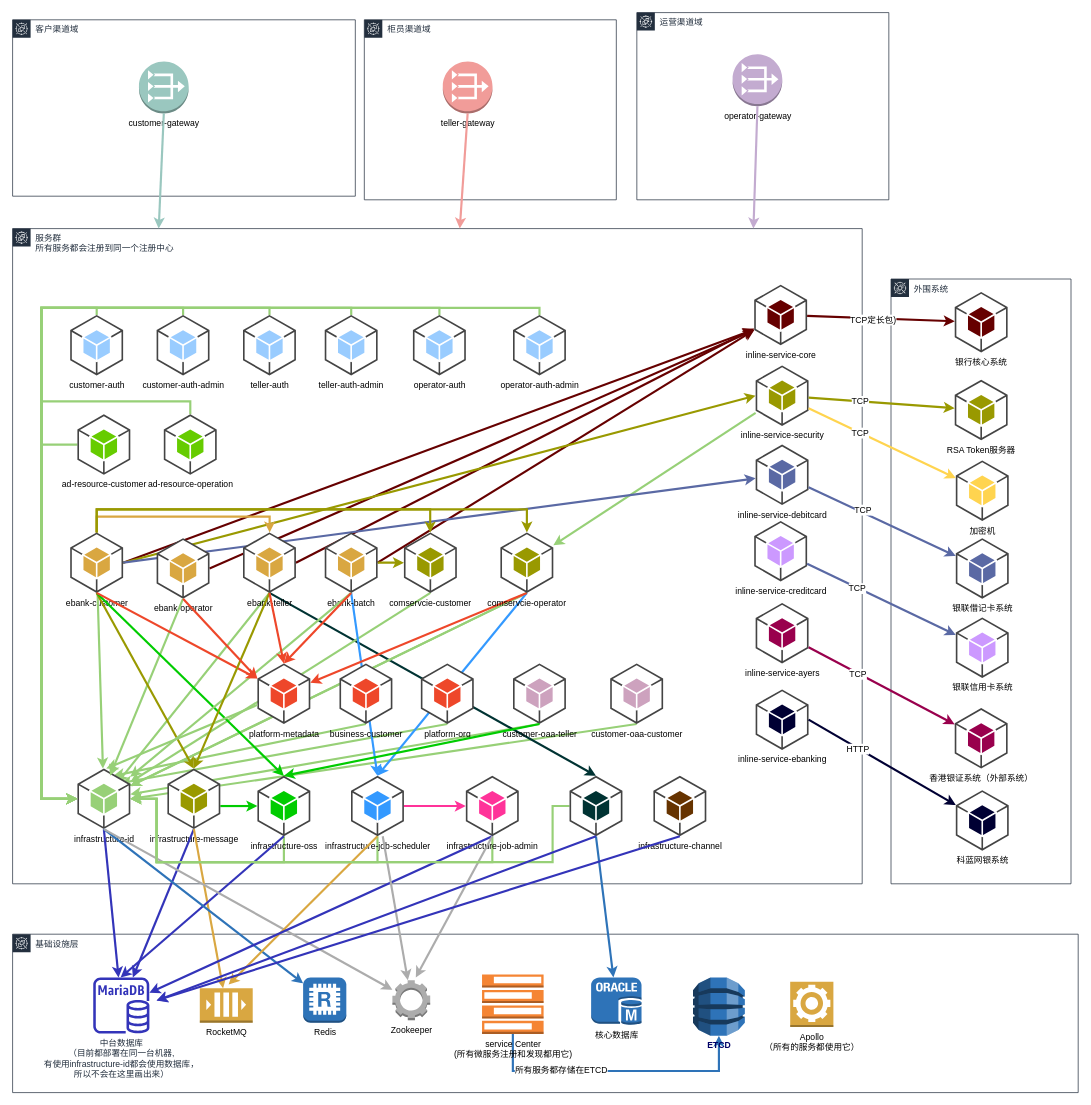
The draw.io diagram 服务拓扑图.drawio in sam1982/draw, before the edit. Source tidied: cells renumbered, new cells numbered last; positions are measured from the earlier drawing's top-left corner, leaving out a move shared by most shapes. Both pictures are drawn from the tidied source at 72%, with x=0, y=0 at pixel (12, 12).
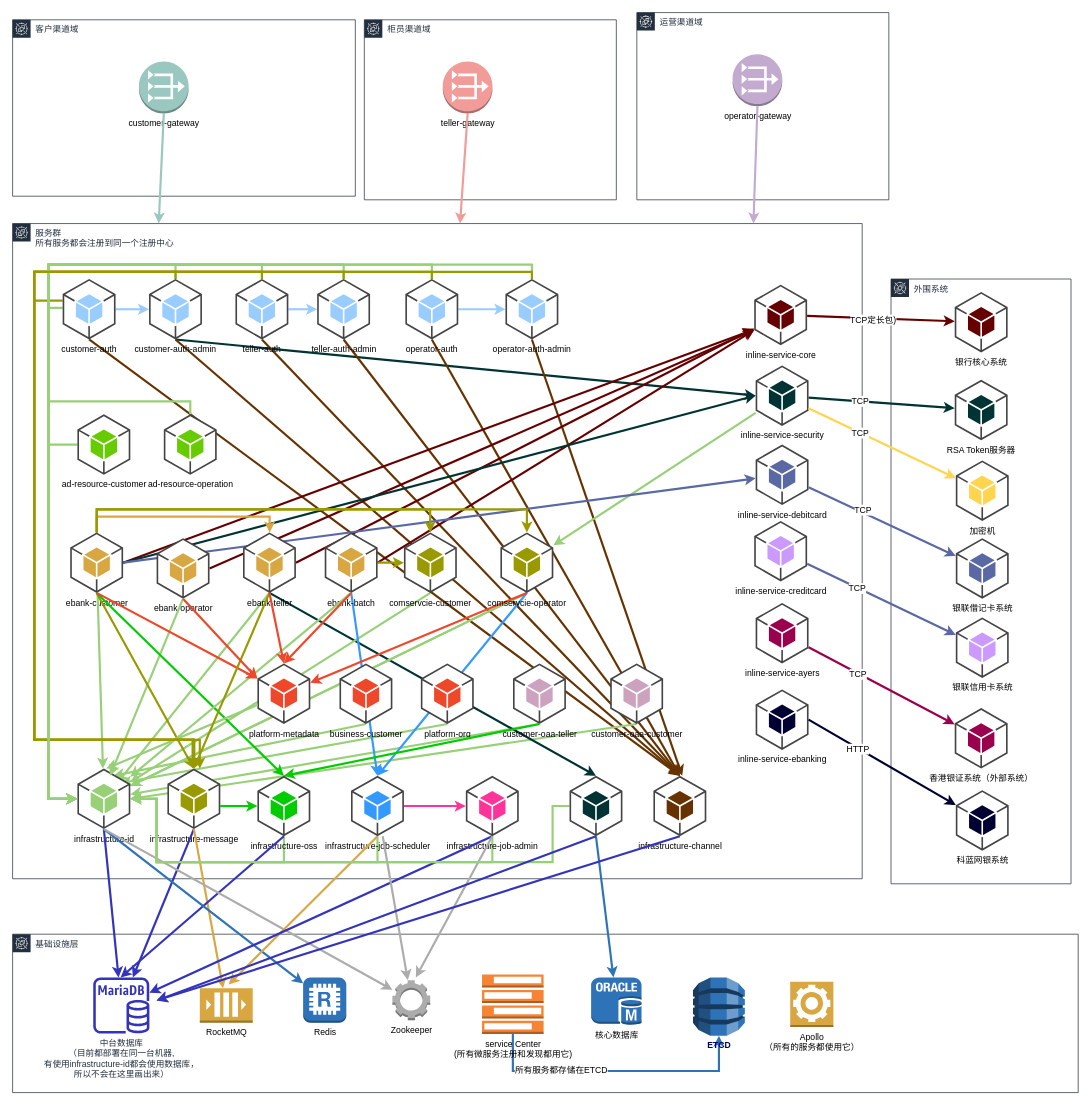
The same page after the edit.

Commit message (it also covers changes not shown here):
更新服务拓扑图.drawio

Unchanged cells that the change refers to:
```xml
<mxCell id="26" value="infrastructure-id" style="outlineConnect=0;dashed=0;verticalLabelPosition=bottom;verticalAlign=top;align=center;html=1;shape=mxgraph.aws3.android;fillColor=#97D077;gradientColor=none;strokeColor=#CCE5FF;" parent="1" vertex="1">
  <mxGeometry x="90" y="1050" width="73.5" height="84" as="geometry" />
</mxCell>
<mxCell id="28" value="infrastructure-message" style="outlineConnect=0;dashed=0;verticalLabelPosition=bottom;verticalAlign=top;align=center;html=1;shape=mxgraph.aws3.android;fillColor=#999900;gradientColor=none;strokeColor=#CCE5FF;" parent="1" vertex="1">
  <mxGeometry x="215" y="1050" width="73.5" height="84" as="geometry" />
</mxCell>
<mxCell id="57" value="ebank-customer" style="outlineConnect=0;dashed=0;verticalLabelPosition=bottom;verticalAlign=top;align=center;html=1;shape=mxgraph.aws3.android;fillColor=#D9A741;strokeColor=#d79b00;" parent="1" vertex="1">
  <mxGeometry x="80" y="722" width="73.5" height="84" as="geometry" />
</mxCell>
<mxCell id="81" value="infrastructure-channel" style="outlineConnect=0;dashed=0;verticalLabelPosition=bottom;verticalAlign=top;align=center;html=1;shape=mxgraph.aws3.android;fillColor=#663300;gradientColor=none;strokeColor=#CCE5FF;" parent="1" vertex="1">
  <mxGeometry x="890" y="1060" width="73.5" height="84" as="geometry" />
</mxCell>
<mxCell id="128" value="ad-resource-operation" style="outlineConnect=0;dashed=0;verticalLabelPosition=bottom;verticalAlign=top;align=center;html=1;shape=mxgraph.aws3.android;fillColor=#66CC00;strokeColor=#d79b00;" parent="1" vertex="1">
  <mxGeometry x="210" y="558" width="73.5" height="84" as="geometry" />
</mxCell>
<mxCell id="131" value="ad-resource-customer" style="outlineConnect=0;dashed=0;verticalLabelPosition=bottom;verticalAlign=top;align=center;html=1;shape=mxgraph.aws3.android;fillColor=#66CC00;strokeColor=#d79b00;" parent="1" vertex="1">
  <mxGeometry x="90" y="558" width="73.5" height="84" as="geometry" />
</mxCell>
```

Diff of the diagram source:
```diff
@@
     <mxCell id="2" value="&lt;div&gt;服务群&lt;/div&gt;&lt;div&gt;所有服务都会注册到同一个注册中心&lt;br&gt;&lt;/div&gt;" style="outlineConnect=0;gradientColor=none;html=1;whiteSpace=wrap;fontSize=12;fontStyle=0;shape=mxgraph.aws4.group;grIcon=mxgraph.aws4.group_spot_fleet;strokeColor=#232F3E;fillColor=none;verticalAlign=top;align=left;spacingLeft=30;fontColor=#232F3E;dashed=0;" parent="1" vertex="1">
-      <mxGeometry y="300" width="1180" height="910" as="geometry" />
+      <mxGeometry y="293" width="1180" height="910" as="geometry" />
     </mxCell>
+    <mxCell id="139" style="endArrow=classic;html=1;strokeColor=#003333;strokeWidth=3;exitX=0.5;exitY=1;exitDx=0;exitDy=0;exitPerimeter=0;entryX=0;entryY=0.5;entryDx=0;entryDy=0;entryPerimeter=0;" parent="1" edge="1" source="118" target="40">
+      <mxGeometry relative="1" as="geometry" />
+    </mxCell>
+    <mxCell id="140" style="endArrow=classic;html=1;strokeColor=#663300;strokeWidth=3;exitX=0.5;exitY=1;exitDx=0;exitDy=0;exitPerimeter=0;" parent="1" edge="1" source="126">
+      <mxGeometry relative="1" as="geometry">
+        <mxPoint x="930" y="1060" as="targetPoint" />
+      </mxGeometry>
+    </mxCell>
+    <mxCell id="141" style="endArrow=classic;html=1;strokeColor=#663300;strokeWidth=3;entryX=0.5;entryY=0;entryDx=0;entryDy=0;entryPerimeter=0;exitX=0.5;exitY=1;exitDx=0;exitDy=0;exitPerimeter=0;" parent="1" edge="1" source="124" target="81">
+      <mxGeometry relative="1" as="geometry" />
+    </mxCell>
+    <mxCell id="142" style="endArrow=classic;html=1;strokeColor=#663300;strokeWidth=3;entryX=0.5;entryY=0;entryDx=0;entryDy=0;entryPerimeter=0;exitX=0.5;exitY=1;exitDx=0;exitDy=0;exitPerimeter=0;" parent="1" edge="1" source="122" target="81">
+      <mxGeometry relative="1" as="geometry" />
+    </mxCell>
+    <mxCell id="143" style="endArrow=classic;html=1;strokeColor=#663300;strokeWidth=3;entryX=0.5;entryY=0;entryDx=0;entryDy=0;entryPerimeter=0;exitX=0.5;exitY=1;exitDx=0;exitDy=0;exitPerimeter=0;" parent="1" edge="1" source="120" target="81">
+      <mxGeometry relative="1" as="geometry" />
+    </mxCell>
+    <mxCell id="144" style="endArrow=classic;html=1;strokeColor=#663300;strokeWidth=3;exitX=0.5;exitY=1;exitDx=0;exitDy=0;exitPerimeter=0;entryX=0.5;entryY=0;entryDx=0;entryDy=0;entryPerimeter=0;" parent="1" edge="1" source="118" target="81">
+      <mxGeometry relative="1" as="geometry" />
+    </mxCell>
+    <mxCell id="145" style="endArrow=classic;html=1;strokeColor=#663300;strokeWidth=3;exitX=0.5;exitY=1;exitDx=0;exitDy=0;exitPerimeter=0;entryX=0.5;entryY=0;entryDx=0;entryDy=0;entryPerimeter=0;" parent="1" edge="1" source="116" target="81">
+      <mxGeometry relative="1" as="geometry" />
+    </mxCell>
@@
-    <mxCell id="10" style="endArrow=classic;html=1;strokeColor=#999900;strokeWidth=3;exitX=1;exitY=0.5;exitDx=0;exitDy=0;exitPerimeter=0;entryX=0;entryY=0.5;entryDx=0;entryDy=0;entryPerimeter=0;" parent="1" edge="1" source="57" target="40">
+    <mxCell id="10" style="endArrow=classic;html=1;strokeColor=#003333;strokeWidth=3;exitX=1;exitY=0.5;exitDx=0;exitDy=0;exitPerimeter=0;entryX=0;entryY=0.5;entryDx=0;entryDy=0;entryPerimeter=0;" parent="1" edge="1" source="57" target="40">
       <mxGeometry relative="1" as="geometry" />
     </mxCell>
@@
-    <mxCell id="40" value="inline-service-security" style="outlineConnect=0;dashed=0;verticalLabelPosition=bottom;verticalAlign=top;align=center;html=1;shape=mxgraph.aws3.android;fillColor=#999900;gradientColor=none;strokeColor=#CCE5FF;" parent="1" vertex="1">
+    <mxCell id="40" value="inline-service-security" style="outlineConnect=0;dashed=0;verticalLabelPosition=bottom;verticalAlign=top;align=center;html=1;shape=mxgraph.aws3.android;fillColor=#003333;gradientColor=none;strokeColor=#CCE5FF;" parent="1" vertex="1">
       <mxGeometry x="1032" y="490" width="73.5" height="84" as="geometry" />
     </mxCell>
@@
-    <mxCell id="111" value="RSA Token服务器" style="outlineConnect=0;dashed=0;verticalLabelPosition=bottom;verticalAlign=top;align=center;html=1;shape=mxgraph.aws3.android;fillColor=#999900;gradientColor=none;strokeColor=#CCE5FF;" parent="1" vertex="1">
+    <mxCell id="111" value="RSA Token服务器" style="outlineConnect=0;dashed=0;verticalLabelPosition=bottom;verticalAlign=top;align=center;html=1;shape=mxgraph.aws3.android;fillColor=#003333;gradientColor=none;strokeColor=#CCE5FF;" parent="1" vertex="1">
       <mxGeometry x="1308.5" y="510" width="73.5" height="84" as="geometry" />
     </mxCell>
-    <mxCell id="112" style="endArrow=classic;html=1;strokeColor=#999900;strokeWidth=3;fillColor=#3333FF;" parent="1" edge="1" source="40" target="111">
+    <mxCell id="112" style="endArrow=classic;html=1;strokeColor=#003333;strokeWidth=3;fillColor=#3333FF;" parent="1" edge="1" source="40" target="111">
       <mxGeometry relative="1" as="geometry" />
     </mxCell>
@@
     <mxCell id="115" style="edgeStyle=orthogonalEdgeStyle;rounded=0;jettySize=auto;html=1;strokeColor=#97D077;strokeWidth=3;" parent="1" edge="1" source="116" target="26">
       <mxGeometry relative="1" as="geometry">
         <Array as="points">
           <mxPoint x="117" y="410" />
-          <mxPoint x="40" y="410" />
-          <mxPoint x="40" y="1092" />
+          <mxPoint x="50" y="410" />
+          <mxPoint x="50" y="1092" />
         </Array>
       </mxGeometry>
     </mxCell>
+    <mxCell id="146" style="edgeStyle=orthogonalEdgeStyle;rounded=0;jettySize=auto;html=1;strokeColor=#999900;strokeWidth=3;" parent="1" edge="1" source="116">
+      <mxGeometry relative="1" as="geometry">
+        <mxPoint x="260" y="1050" as="targetPoint" />
+        <Array as="points">
+          <mxPoint x="117" y="400" />
+          <mxPoint x="30" y="400" />
+          <mxPoint x="30" y="1010" />
+          <mxPoint x="252" y="1010" />
+        </Array>
+      </mxGeometry>
+    </mxCell>
+    <mxCell id="147" style="edgeStyle=orthogonalEdgeStyle;rounded=0;jettySize=auto;html=1;strokeColor=#99CCFF;strokeWidth=3;" parent="1" edge="1" source="116" target="118">
+      <mxGeometry relative="1" as="geometry" />
+    </mxCell>
     <mxCell id="116" value="customer-auth" style="outlineConnect=0;dashed=0;verticalLabelPosition=bottom;verticalAlign=top;align=center;html=1;shape=mxgraph.aws3.android;fillColor=#99CCFF;gradientColor=none;strokeColor=#CCE5FF;" parent="1" vertex="1">
-      <mxGeometry x="80" y="420" width="73.5" height="84" as="geometry" />
+      <mxGeometry x="69.5" y="370" width="73.5" height="84" as="geometry" />
     </mxCell>
     <mxCell id="117" style="edgeStyle=orthogonalEdgeStyle;rounded=0;jettySize=auto;html=1;strokeColor=#97D077;strokeWidth=3;" parent="1" edge="1" source="118" target="26">
       <mxGeometry relative="1" as="geometry">
         <Array as="points">
-          <mxPoint x="237" y="410" />
-          <mxPoint x="40" y="410" />
-          <mxPoint x="40" y="1092" />
+          <mxPoint x="226" y="350" />
+          <mxPoint x="50" y="350" />
+          <mxPoint x="50" y="1092" />
         </Array>
       </mxGeometry>
     </mxCell>
+    <mxCell id="148" style="edgeStyle=orthogonalEdgeStyle;rounded=0;jettySize=auto;html=1;strokeColor=#999900;strokeWidth=3;" parent="1" edge="1" source="118">
+      <mxGeometry relative="1" as="geometry">
+        <mxPoint x="252" y="1050" as="targetPoint" />
+        <Array as="points">
+          <mxPoint x="226" y="360" />
+          <mxPoint x="30" y="360" />
+          <mxPoint x="30" y="1010" />
+          <mxPoint x="252" y="1010" />
+        </Array>
+      </mxGeometry>
+    </mxCell>
     <mxCell id="118" value="customer-auth-admin" style="outlineConnect=0;dashed=0;verticalLabelPosition=bottom;verticalAlign=top;align=center;html=1;shape=mxgraph.aws3.android;fillColor=#99CCFF;gradientColor=none;strokeColor=#CCE5FF;" parent="1" vertex="1">
-      <mxGeometry x="200" y="420" width="73.5" height="84" as="geometry" />
+      <mxGeometry x="189.5" y="370" width="73.5" height="84" as="geometry" />
     </mxCell>
     <mxCell id="119" style="edgeStyle=orthogonalEdgeStyle;rounded=0;jettySize=auto;html=1;strokeColor=#97D077;strokeWidth=3;" parent="1" edge="1" source="120" target="26">
       <mxGeometry relative="1" as="geometry">
         <Array as="points">
-          <mxPoint x="357" y="410" />
-          <mxPoint x="40" y="410" />
-          <mxPoint x="40" y="1092" />
+          <mxPoint x="346" y="350" />
+          <mxPoint x="50" y="350" />
+          <mxPoint x="50" y="1092" />
         </Array>
       </mxGeometry>
     </mxCell>
+    <mxCell id="149" style="edgeStyle=orthogonalEdgeStyle;rounded=0;jettySize=auto;html=1;strokeColor=#999900;strokeWidth=3;" parent="1" edge="1" source="120" target="28">
+      <mxGeometry relative="1" as="geometry">
+        <Array as="points">
+          <mxPoint x="346" y="360" />
+          <mxPoint x="30" y="360" />
+          <mxPoint x="30" y="1010" />
+          <mxPoint x="252" y="1010" />
+        </Array>
+      </mxGeometry>
+    </mxCell>
+    <mxCell id="150" style="edgeStyle=orthogonalEdgeStyle;rounded=0;jettySize=auto;html=1;strokeColor=#99CCFF;strokeWidth=3;" parent="1" edge="1" source="120" target="122">
+      <mxGeometry relative="1" as="geometry" />
+    </mxCell>
     <mxCell id="120" value="teller-auth" style="outlineConnect=0;dashed=0;verticalLabelPosition=bottom;verticalAlign=top;align=center;html=1;shape=mxgraph.aws3.android;fillColor=#99CCFF;gradientColor=none;strokeColor=#CCE5FF;" parent="1" vertex="1">
-      <mxGeometry x="320" y="420" width="73.5" height="84" as="geometry" />
+      <mxGeometry x="309.5" y="370" width="73.5" height="84" as="geometry" />
     </mxCell>
     <mxCell id="121" style="edgeStyle=orthogonalEdgeStyle;rounded=0;jettySize=auto;html=1;entryX=0;entryY=0.5;entryDx=0;entryDy=0;entryPerimeter=0;strokeColor=#97D077;strokeWidth=3;" parent="1" edge="1" source="122" target="26">
       <mxGeometry relative="1" as="geometry">
         <Array as="points">
-          <mxPoint x="470" y="410" />
-          <mxPoint x="40" y="410" />
-          <mxPoint x="40" y="1092" />
+          <mxPoint x="460" y="350" />
+          <mxPoint x="50" y="350" />
+          <mxPoint x="50" y="1092" />
         </Array>
       </mxGeometry>
     </mxCell>
+    <mxCell id="151" style="edgeStyle=orthogonalEdgeStyle;rounded=0;jettySize=auto;html=1;strokeColor=#999900;strokeWidth=3;" parent="1" edge="1" source="122" target="28">
+      <mxGeometry relative="1" as="geometry">
+        <Array as="points">
+          <mxPoint x="460" y="360" />
+          <mxPoint x="30" y="360" />
+          <mxPoint x="30" y="1010" />
+          <mxPoint x="252" y="1010" />
+        </Array>
+      </mxGeometry>
+    </mxCell>
     <mxCell id="122" value="teller-auth-admin" style="outlineConnect=0;dashed=0;verticalLabelPosition=bottom;verticalAlign=top;align=center;html=1;shape=mxgraph.aws3.android;fillColor=#99CCFF;gradientColor=none;strokeColor=#CCE5FF;" parent="1" vertex="1">
-      <mxGeometry x="433.5" y="420" width="73.5" height="84" as="geometry" />
+      <mxGeometry x="423" y="370" width="73.5" height="84" as="geometry" />
     </mxCell>
     <mxCell id="123" style="edgeStyle=orthogonalEdgeStyle;rounded=0;jettySize=auto;html=1;strokeColor=#97D077;strokeWidth=3;" parent="1" edge="1" source="124" target="26">
       <mxGeometry relative="1" as="geometry">
         <Array as="points">
-          <mxPoint x="593" y="410" />
-          <mxPoint x="40" y="410" />
-          <mxPoint x="40" y="1092" />
+          <mxPoint x="582" y="350" />
+          <mxPoint x="50" y="350" />
+          <mxPoint x="50" y="1092" />
         </Array>
       </mxGeometry>
     </mxCell>
+    <mxCell id="152" style="edgeStyle=orthogonalEdgeStyle;rounded=0;jettySize=auto;html=1;strokeColor=#999900;strokeWidth=3;" parent="1" edge="1" source="124" target="28">
+      <mxGeometry relative="1" as="geometry">
+        <Array as="points">
+          <mxPoint x="582" y="360" />
+          <mxPoint x="30" y="360" />
+          <mxPoint x="30" y="1010" />
+          <mxPoint x="252" y="1010" />
+        </Array>
+      </mxGeometry>
+    </mxCell>
+    <mxCell id="153" style="edgeStyle=orthogonalEdgeStyle;rounded=0;jettySize=auto;html=1;strokeColor=#99CCFF;strokeWidth=3;" parent="1" edge="1" source="124" target="126">
+      <mxGeometry relative="1" as="geometry" />
+    </mxCell>
     <mxCell id="124" value="operator-auth" style="outlineConnect=0;dashed=0;verticalLabelPosition=bottom;verticalAlign=top;align=center;html=1;shape=mxgraph.aws3.android;fillColor=#99CCFF;gradientColor=none;strokeColor=#CCE5FF;" parent="1" vertex="1">
-      <mxGeometry x="556" y="420" width="73.5" height="84" as="geometry" />
+      <mxGeometry x="545.5" y="370" width="73.5" height="84" as="geometry" />
     </mxCell>
     <mxCell id="125" style="edgeStyle=orthogonalEdgeStyle;rounded=0;jettySize=auto;html=1;strokeColor=#97D077;strokeWidth=3;" parent="1" edge="1" source="126" target="26">
       <mxGeometry relative="1" as="geometry">
         <Array as="points">
-          <mxPoint x="732" y="410" />
-          <mxPoint x="40" y="410" />
-          <mxPoint x="40" y="1092" />
+          <mxPoint x="721" y="350" />
+          <mxPoint x="50" y="350" />
+          <mxPoint x="50" y="1092" />
         </Array>
       </mxGeometry>
     </mxCell>
+    <mxCell id="154" style="edgeStyle=orthogonalEdgeStyle;rounded=0;jettySize=auto;html=1;strokeColor=#999900;strokeWidth=3;" parent="1" edge="1" source="126">
+      <mxGeometry relative="1" as="geometry">
+        <mxPoint x="250" y="1050" as="targetPoint" />
+        <Array as="points">
+          <mxPoint x="721" y="360" />
+          <mxPoint x="30" y="360" />
+          <mxPoint x="30" y="1010" />
+          <mxPoint x="250" y="1010" />
+        </Array>
+      </mxGeometry>
+    </mxCell>
     <mxCell id="126" value="operator-auth-admin" style="outlineConnect=0;dashed=0;verticalLabelPosition=bottom;verticalAlign=top;align=center;html=1;shape=mxgraph.aws3.android;fillColor=#99CCFF;gradientColor=none;strokeColor=#CCE5FF;" parent="1" vertex="1">
-      <mxGeometry x="695" y="420" width="73.5" height="84" as="geometry" />
+      <mxGeometry x="684.5" y="370" width="73.5" height="84" as="geometry" />
     </mxCell>
     <mxCell id="127" style="edgeStyle=orthogonalEdgeStyle;rounded=0;jettySize=auto;html=1;entryX=0;entryY=0.5;entryDx=0;entryDy=0;entryPerimeter=0;strokeColor=#97D077;strokeWidth=3;" parent="1" edge="1" source="128" target="26">
       <mxGeometry relative="1" as="geometry">
         <Array as="points">
           <mxPoint x="247" y="540" />
-          <mxPoint x="40" y="540" />
-          <mxPoint x="40" y="1092" />
+          <mxPoint x="50" y="540" />
+          <mxPoint x="50" y="1092" />
         </Array>
       </mxGeometry>
     </mxCell>
@@
     <mxCell id="130" style="edgeStyle=orthogonalEdgeStyle;rounded=0;jettySize=auto;html=1;entryX=0;entryY=0.5;entryDx=0;entryDy=0;entryPerimeter=0;strokeColor=#97D077;strokeWidth=3;" parent="1" edge="1" source="131" target="26">
       <mxGeometry relative="1" as="geometry">
         <Array as="points">
-          <mxPoint x="40" y="600" />
-          <mxPoint x="40" y="1092" />
+          <mxPoint x="50" y="600" />
+          <mxPoint x="50" y="1092" />
         </Array>
       </mxGeometry>
     </mxCell>
```
